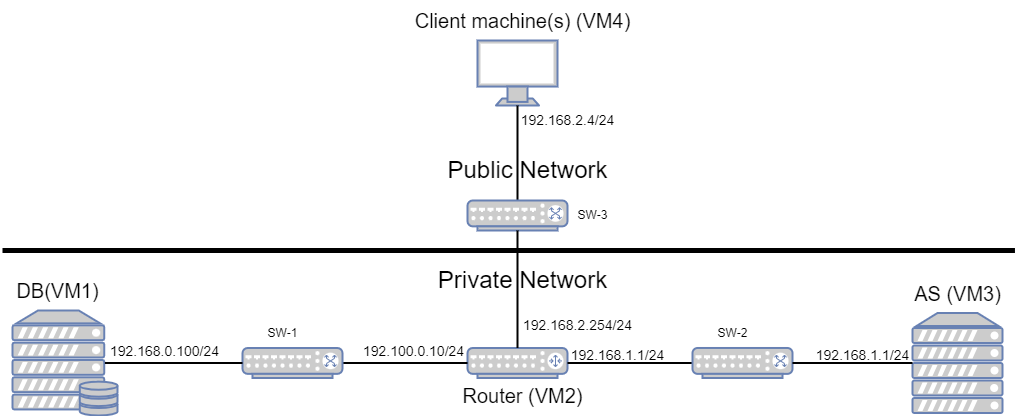
The draw.io diagram network/Infrastructure.png in nemisis84/Network-and-Computer-Security-project, before a commit. Source tidied: cells renumbered, new cells last; positions are measured from the earlier drawing's top-left corner, leaving out a move shared by most shapes.
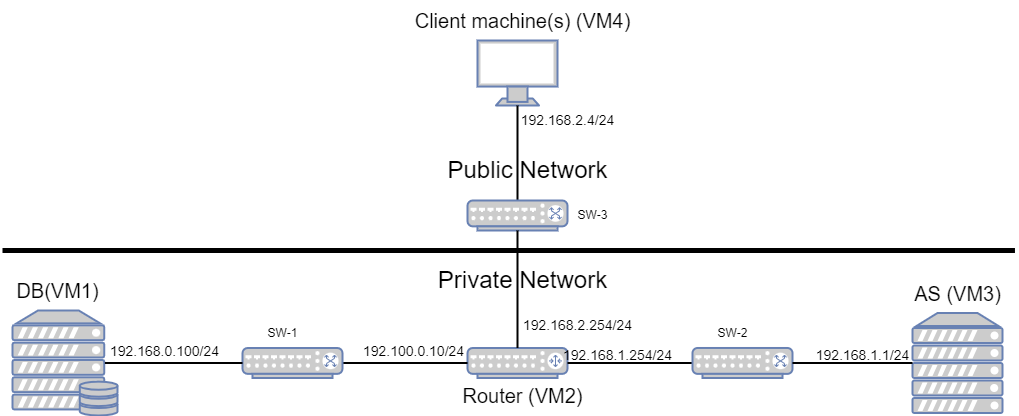
Later version of the same file.

Diff of the diagram source:
```diff
@@ -36,8 +36,8 @@
     <mxCell id="11" value="&lt;font style=&quot;font-size: 14px;&quot;&gt;192.168.1.1/24&lt;/font&gt;" style="text;html=1;align=center;verticalAlign=middle;strokeColor=none;fillColor=none;" parent="1" vertex="1">
       <mxGeometry x="800" y="340" width="120" height="30" as="geometry" />
     </mxCell>
-    <mxCell id="12" value="&lt;font style=&quot;font-size: 14px;&quot;&gt;192.168.1.1/24&lt;/font&gt;" style="text;html=1;align=center;verticalAlign=middle;strokeColor=none;fillColor=none;" parent="1" vertex="1">
-      <mxGeometry x="555" y="340" width="120" height="30" as="geometry" />
+    <mxCell id="12" value="&lt;font style=&quot;font-size: 14px;&quot;&gt;192.168.1.254/24&lt;/font&gt;" style="text;html=1;align=center;verticalAlign=middle;strokeColor=none;fillColor=none;" parent="1" vertex="1">
+      <mxGeometry x="550" y="340" width="130" height="30" as="geometry" />
     </mxCell>
     <mxCell id="13" value="&lt;font style=&quot;font-size: 14px;&quot;&gt;192.168.2.4/24&lt;/font&gt;" style="text;html=1;align=center;verticalAlign=middle;strokeColor=none;fillColor=none;" parent="1" vertex="1">
       <mxGeometry x="505" y="105" width="120" height="30" as="geometry" />
```
